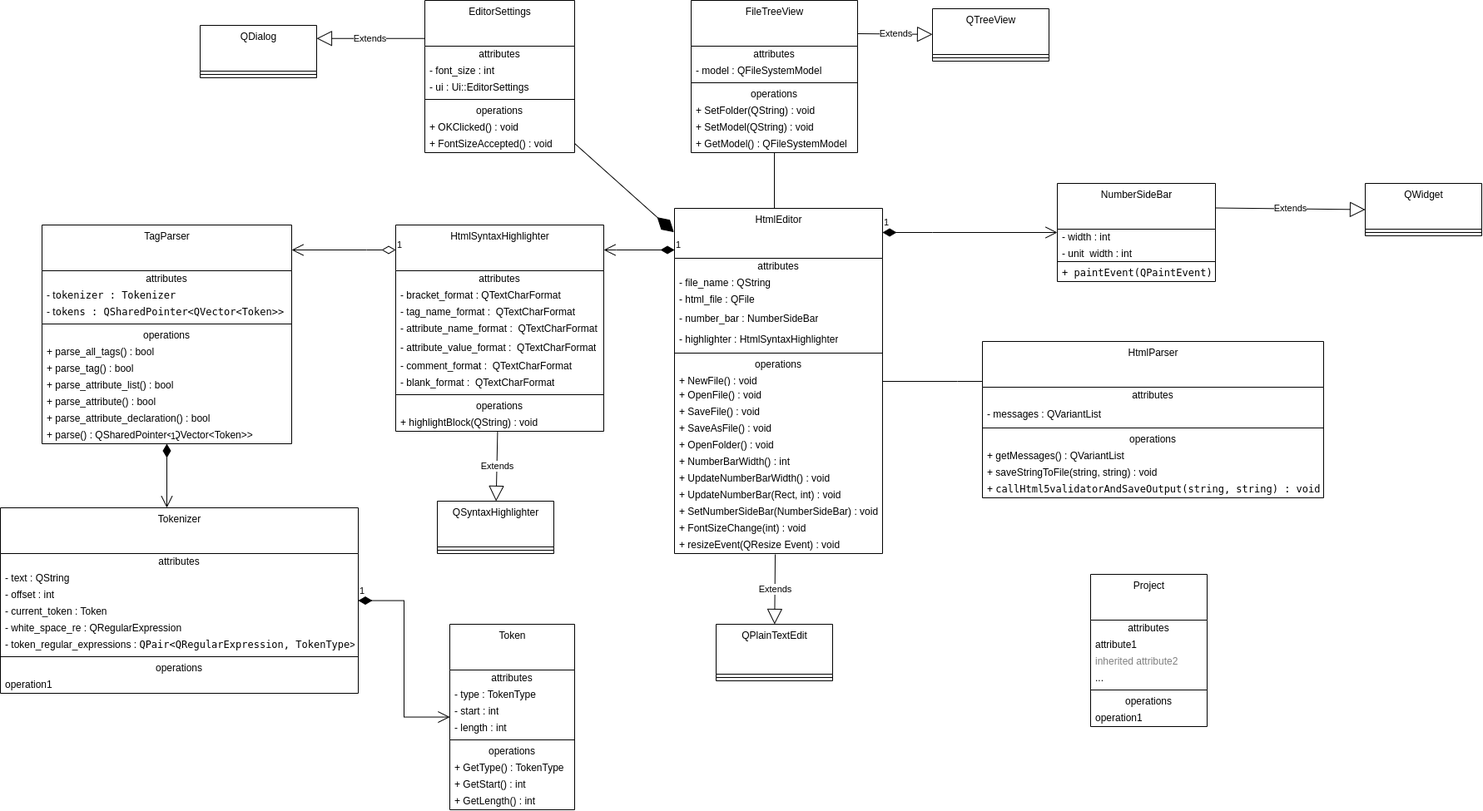
ilija-s/html-editor keeps this draw.io diagram as docs/final_specification/class_diagram.drawio.png. Above is the earlier version. Source tidied: cells renumbered, new cells last; positions are measured from the earlier drawing's top-left corner, leaving out a move shared by most shapes.
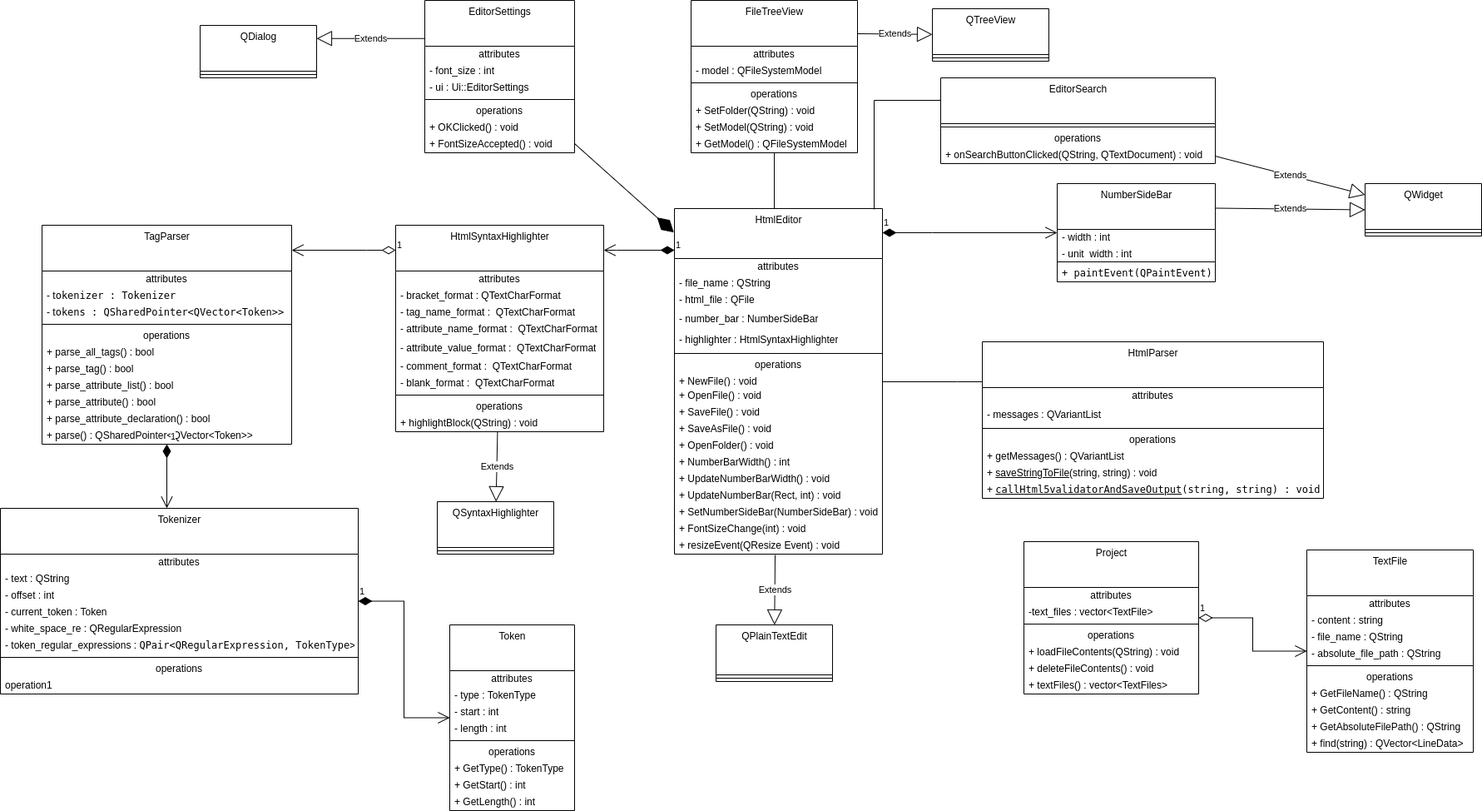
After the commit.

Commit message:
improve: Class diagram finished

Change to the diagram source:
```diff
@@ -356,36 +356,36 @@
     <mxCell id="112" value="+ getMessages() : QVariantList" style="text;html=1;strokeColor=none;fillColor=none;align=left;verticalAlign=middle;spacingLeft=4;spacingRight=4;overflow=hidden;" parent="107" vertex="1">
       <mxGeometry y="128" width="410" height="20" as="geometry" />
     </mxCell>
-    <mxCell id="113" value="+ saveStringToFile(string, string) : void" style="text;html=1;strokeColor=none;fillColor=none;align=left;verticalAlign=middle;spacingLeft=4;spacingRight=4;overflow=hidden;" parent="107" vertex="1">
+    <mxCell id="113" value="+ &lt;u&gt;saveStringToFile&lt;/u&gt;(string, string) : void" style="text;html=1;strokeColor=none;fillColor=none;align=left;verticalAlign=middle;spacingLeft=4;spacingRight=4;overflow=hidden;" parent="107" vertex="1">
       <mxGeometry y="148" width="410" height="20" as="geometry" />
     </mxCell>
-    <mxCell id="114" value="+&amp;nbsp;&lt;code&gt;callHtml5validatorAndSaveOutput(string, string) : void&lt;/code&gt;" style="text;html=1;strokeColor=none;fillColor=none;align=left;verticalAlign=middle;spacingLeft=4;spacingRight=4;overflow=hidden;" parent="107" vertex="1">
+    <mxCell id="114" value="+&amp;nbsp;&lt;code&gt;&lt;u&gt;callHtml5validatorAndSaveOutput&lt;/u&gt;(string, string) : void&lt;/code&gt;" style="text;html=1;strokeColor=none;fillColor=none;align=left;verticalAlign=middle;spacingLeft=4;spacingRight=4;overflow=hidden;" parent="107" vertex="1">
       <mxGeometry y="168" width="410" height="20" as="geometry" />
     </mxCell>
     <mxCell id="115" value="Project&lt;br&gt;" style="swimlane;fontStyle=0;align=center;verticalAlign=top;horizontal=1;startSize=55;html=1;" parent="1" vertex="1">
-      <mxGeometry x="1310" y="690" width="140" height="183" as="geometry" />
+      <mxGeometry x="1230" y="650" width="210" height="183" as="geometry" />
     </mxCell>
     <mxCell id="116" value="attributes" style="text;html=1;strokeColor=none;fillColor=none;align=center;verticalAlign=middle;spacingLeft=4;spacingRight=4;overflow=hidden;" parent="115" vertex="1">
-      <mxGeometry y="55" width="140" height="20" as="geometry" />
+      <mxGeometry y="55" width="210" height="20" as="geometry" />
     </mxCell>
-    <mxCell id="117" value="attribute1" style="text;html=1;strokeColor=none;fillColor=none;align=left;verticalAlign=middle;spacingLeft=4;spacingRight=4;overflow=hidden;" parent="115" vertex="1">
-      <mxGeometry y="75" width="140" height="20" as="geometry" />
+    <mxCell id="117" value="-text_files : vector&amp;lt;TextFile&amp;gt;" style="text;html=1;strokeColor=none;fillColor=none;align=left;verticalAlign=middle;spacingLeft=4;spacingRight=4;overflow=hidden;" parent="115" vertex="1">
+      <mxGeometry y="75" width="210" height="20" as="geometry" />
     </mxCell>
-    <mxCell id="118" value="inherited attribute2" style="text;html=1;strokeColor=none;fillColor=none;align=left;verticalAlign=middle;spacingLeft=4;spacingRight=4;overflow=hidden;fontColor=#808080;" parent="115" vertex="1">
-      <mxGeometry y="95" width="140" height="20" as="geometry" />
-    </mxCell>
-    <mxCell id="119" value="..." style="text;html=1;strokeColor=none;fillColor=none;align=left;verticalAlign=middle;spacingLeft=4;spacingRight=4;overflow=hidden;" parent="115" vertex="1">
-      <mxGeometry y="115" width="140" height="20" as="geometry" />
-    </mxCell>
     <mxCell id="120" style="line;strokeWidth=1;fillColor=none;align=left;verticalAlign=middle;spacingTop=-1;spacingLeft=3;spacingRight=3;labelPosition=right;" parent="115" vertex="1">
-      <mxGeometry y="135" width="140" height="8" as="geometry" />
+      <mxGeometry y="95" width="210" height="8" as="geometry" />
     </mxCell>
     <mxCell id="121" value="operations" style="text;html=1;strokeColor=none;fillColor=none;align=center;verticalAlign=middle;spacingLeft=4;spacingRight=4;overflow=hidden;" parent="115" vertex="1">
-      <mxGeometry y="143" width="140" height="20" as="geometry" />
+      <mxGeometry y="103" width="210" height="20" as="geometry" />
     </mxCell>
-    <mxCell id="122" value="operation1" style="text;html=1;strokeColor=none;fillColor=none;align=left;verticalAlign=middle;spacingLeft=4;spacingRight=4;overflow=hidden;" parent="115" vertex="1">
-      <mxGeometry y="163" width="140" height="20" as="geometry" />
+    <mxCell id="122" value="+ loadFileContents(QString) : void" style="text;html=1;strokeColor=none;fillColor=none;align=left;verticalAlign=middle;spacingLeft=4;spacingRight=4;overflow=hidden;" parent="115" vertex="1">
+      <mxGeometry y="123" width="210" height="20" as="geometry" />
     </mxCell>
+    <mxCell id="124" value="+ deleteFileContents() : void" style="text;html=1;strokeColor=none;fillColor=none;align=left;verticalAlign=middle;spacingLeft=4;spacingRight=4;overflow=hidden;" parent="115" vertex="1">
+      <mxGeometry y="143" width="210" height="20" as="geometry" />
+    </mxCell>
+    <mxCell id="125" value="+ textFiles() : vector&amp;lt;TextFiles&amp;gt;" style="text;html=1;strokeColor=none;fillColor=none;align=left;verticalAlign=middle;spacingLeft=4;spacingRight=4;overflow=hidden;" parent="115" vertex="1">
+      <mxGeometry y="163" width="210" height="20" as="geometry" />
+    </mxCell>
     <mxCell id="123" style="endArrow=none;html=1;edgeStyle=orthogonalEdgeStyle;rounded=0;fontColor=#000000;" parent="1" edge="1" source="107" target="2">
       <mxGeometry relative="1" as="geometry">
         <Array as="points">
@@ -394,5 +394,65 @@
         </Array>
       </mxGeometry>
     </mxCell>
+    <mxCell id="126" value="EditorSearch" style="swimlane;fontStyle=0;align=center;verticalAlign=top;horizontal=1;startSize=55;html=1;" parent="1" vertex="1">
+      <mxGeometry x="1130" y="93" width="330" height="103" as="geometry" />
+    </mxCell>
+    <mxCell id="127" style="line;strokeWidth=1;fillColor=none;align=left;verticalAlign=middle;spacingTop=-1;spacingLeft=3;spacingRight=3;labelPosition=right;" parent="126" vertex="1">
+      <mxGeometry y="55" width="330" height="8" as="geometry" />
+    </mxCell>
+    <mxCell id="128" value="operations" style="text;html=1;strokeColor=none;fillColor=none;align=center;verticalAlign=middle;spacingLeft=4;spacingRight=4;overflow=hidden;" parent="126" vertex="1">
+      <mxGeometry y="63" width="330" height="20" as="geometry" />
+    </mxCell>
+    <mxCell id="129" value="+ onSearchButtonClicked(QString, QTextDocument) : void" style="text;html=1;strokeColor=none;fillColor=none;align=left;verticalAlign=middle;spacingLeft=4;spacingRight=4;overflow=hidden;" parent="126" vertex="1">
+      <mxGeometry y="83" width="330" height="20" as="geometry" />
+    </mxCell>
+    <mxCell id="130" value="Extends" style="endArrow=block;endSize=16;endFill=0;html=1;rounded=0;" parent="1" edge="1" source="126" target="29">
+      <mxGeometry relative="1" as="geometry" />
+    </mxCell>
+    <mxCell id="131" style="endArrow=none;html=1;edgeStyle=orthogonalEdgeStyle;rounded=0;fontColor=#000000;exitX=0;exitY=0.25;exitDx=0;exitDy=0;" parent="1" edge="1" source="126">
+      <mxGeometry relative="1" as="geometry">
+        <mxPoint x="1050" y="251" as="targetPoint" />
+        <Array as="points">
+          <mxPoint x="1130" y="120" />
+          <mxPoint x="1050" y="120" />
+        </Array>
+      </mxGeometry>
+    </mxCell>
+    <mxCell id="132" value="TextFile" style="swimlane;fontStyle=0;align=center;verticalAlign=top;horizontal=1;startSize=55;html=1;" parent="1" vertex="1">
+      <mxGeometry x="1570" y="660" width="200" height="243" as="geometry" />
+    </mxCell>
+    <mxCell id="133" value="attributes" style="text;html=1;strokeColor=none;fillColor=none;align=center;verticalAlign=middle;spacingLeft=4;spacingRight=4;overflow=hidden;" parent="132" vertex="1">
+      <mxGeometry y="55" width="200" height="20" as="geometry" />
+    </mxCell>
+    <mxCell id="134" value="- content : string" style="text;html=1;strokeColor=none;fillColor=none;align=left;verticalAlign=middle;spacingLeft=4;spacingRight=4;overflow=hidden;" parent="132" vertex="1">
+      <mxGeometry y="75" width="200" height="20" as="geometry" />
+    </mxCell>
+    <mxCell id="135" value="- file_name : QString" style="text;html=1;strokeColor=none;fillColor=none;align=left;verticalAlign=middle;spacingLeft=4;spacingRight=4;overflow=hidden;" parent="132" vertex="1">
+      <mxGeometry y="95" width="200" height="20" as="geometry" />
+    </mxCell>
+    <mxCell id="136" value="- absolute_file_path : QString" style="text;html=1;strokeColor=none;fillColor=none;align=left;verticalAlign=middle;spacingLeft=4;spacingRight=4;overflow=hidden;" parent="132" vertex="1">
+      <mxGeometry y="115" width="200" height="20" as="geometry" />
+    </mxCell>
+    <mxCell id="137" style="line;strokeWidth=1;fillColor=none;align=left;verticalAlign=middle;spacingTop=-1;spacingLeft=3;spacingRight=3;labelPosition=right;" parent="132" vertex="1">
+      <mxGeometry y="135" width="200" height="8" as="geometry" />
+    </mxCell>
+    <mxCell id="138" value="operations" style="text;html=1;strokeColor=none;fillColor=none;align=center;verticalAlign=middle;spacingLeft=4;spacingRight=4;overflow=hidden;" parent="132" vertex="1">
+      <mxGeometry y="143" width="200" height="20" as="geometry" />
+    </mxCell>
+    <mxCell id="139" value="+ GetFileName() : QString" style="text;html=1;strokeColor=none;fillColor=none;align=left;verticalAlign=middle;spacingLeft=4;spacingRight=4;overflow=hidden;" parent="132" vertex="1">
+      <mxGeometry y="163" width="200" height="20" as="geometry" />
+    </mxCell>
+    <mxCell id="140" value="+ GetContent() : string" style="text;html=1;strokeColor=none;fillColor=none;align=left;verticalAlign=middle;spacingLeft=4;spacingRight=4;overflow=hidden;" parent="132" vertex="1">
+      <mxGeometry y="183" width="200" height="20" as="geometry" />
+    </mxCell>
+    <mxCell id="141" value="+ GetAbsoluteFilePath() : QString" style="text;html=1;strokeColor=none;fillColor=none;align=left;verticalAlign=middle;spacingLeft=4;spacingRight=4;overflow=hidden;" parent="132" vertex="1">
+      <mxGeometry y="203" width="200" height="20" as="geometry" />
+    </mxCell>
+    <mxCell id="142" value="+ find(string) : QVector&amp;lt;LineData&amp;gt;" style="text;html=1;strokeColor=none;fillColor=none;align=left;verticalAlign=middle;spacingLeft=4;spacingRight=4;overflow=hidden;" parent="132" vertex="1">
+      <mxGeometry y="223" width="200" height="20" as="geometry" />
+    </mxCell>
+    <mxCell id="143" value="1" style="endArrow=open;html=1;endSize=12;startArrow=diamondThin;startSize=14;startFill=0;edgeStyle=orthogonalEdgeStyle;align=left;verticalAlign=bottom;rounded=0;" parent="1" edge="1" source="115" target="132">
+      <mxGeometry x="-1" y="3" relative="1" as="geometry" />
+    </mxCell>
   </root>
 </mxGraphModel>
```
